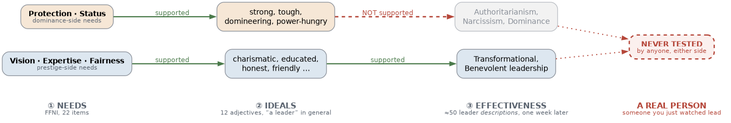
ernestii26/agent-sim keeps this Graphviz diagram as docs/figs/paper_gap.png. Above is the earlier version. Its source is kept beside it as docs/figs/paper_gap.dot. Its diagram source:
```dot
digraph gap {
  rankdir=LR; bgcolor="white"; nodesep=0.45; ranksep=0.95;
  node [shape=box style="rounded,filled" fontname="Helvetica" fontsize=13
        color="#8a9099" penwidth=1.2 margin="0.19,0.13"];
  edge [penwidth=2.0 arrowsize=0.9 fontname="Helvetica" fontsize=12];

  hn [label=<<b>&#9312; NEEDS</b><br/><font point-size="11">FFNI, 22 items</font>> shape=plaintext style="" fontsize=14 fontcolor="#5b6470"];
  hi [label=<<b>&#9313; IDEALS</b><br/><font point-size="11">12 adjectives, &#8220;a leader&#8221; in general</font>> shape=plaintext style="" fontsize=14 fontcolor="#5b6470"];
  he [label=<<b>&#9314; EFFECTIVENESS</b><br/><font point-size="11">&#8776;50 leader <i>descriptions</i>, one week later</font>> shape=plaintext style="" fontsize=14 fontcolor="#5b6470"];
  hx [label=<<b>A REAL PERSON</b><br/><font point-size="11">someone you just watched lead</font>> shape=plaintext style="" fontsize=14 fontcolor="#b5473a"];
  hn -> hi -> he -> hx [style=invis];

  dn [label=<<b>Protection &#183; Status</b><br/><font point-size="11" color="#5b6470">dominance-side needs</font>> fillcolor="#f6e7d6"];
  di [label=<strong, tough,<br/>domineering, power-hungry> fillcolor="#f6e7d6"];
  de [label=<Authoritarianism,<br/>Narcissism, Dominance> fillcolor="#f2f2f2" color="#b8bcc2" fontcolor="#8a9099"];

  pn [label=<<b>Vision &#183; Expertise &#183; Fairness</b><br/><font point-size="11" color="#5b6470">prestige-side needs</font>> fillcolor="#dde7f0"];
  pi [label=<charismatic, educated,<br/>honest, friendly &#8230;> fillcolor="#dde7f0"];
  pe [label=<Transformational,<br/>Benevolent leadership> fillcolor="#dde7f0"];

  gap [label=<<b>NEVER TESTED</b><br/><font point-size="11">by anyone, either side</font>>
       fillcolor="#fbf0ee" color="#b5473a" style="rounded,filled,dashed" penwidth=2.2 fontcolor="#b5473a"];

  pn -> pi [label="  supported  " color="#4a7a4a" fontcolor="#4a7a4a"];
  pi -> pe [label="  supported  " color="#4a7a4a" fontcolor="#4a7a4a"];
  dn -> di [label="  supported  " color="#4a7a4a" fontcolor="#4a7a4a"];
  di -> de [label="  NOT supported  " color="#b5473a" fontcolor="#b5473a" style=dashed penwidth=2.4];
  de -> gap [style=dotted color="#b5473a" penwidth=1.8];
  pe -> gap [style=dotted color="#b5473a" penwidth=1.8];

  {rank=same; hn; dn; pn;}
  {rank=same; hi; di; pi;}
  {rank=same; he; de; pe;}
  {rank=same; hx; gap;}
}
```
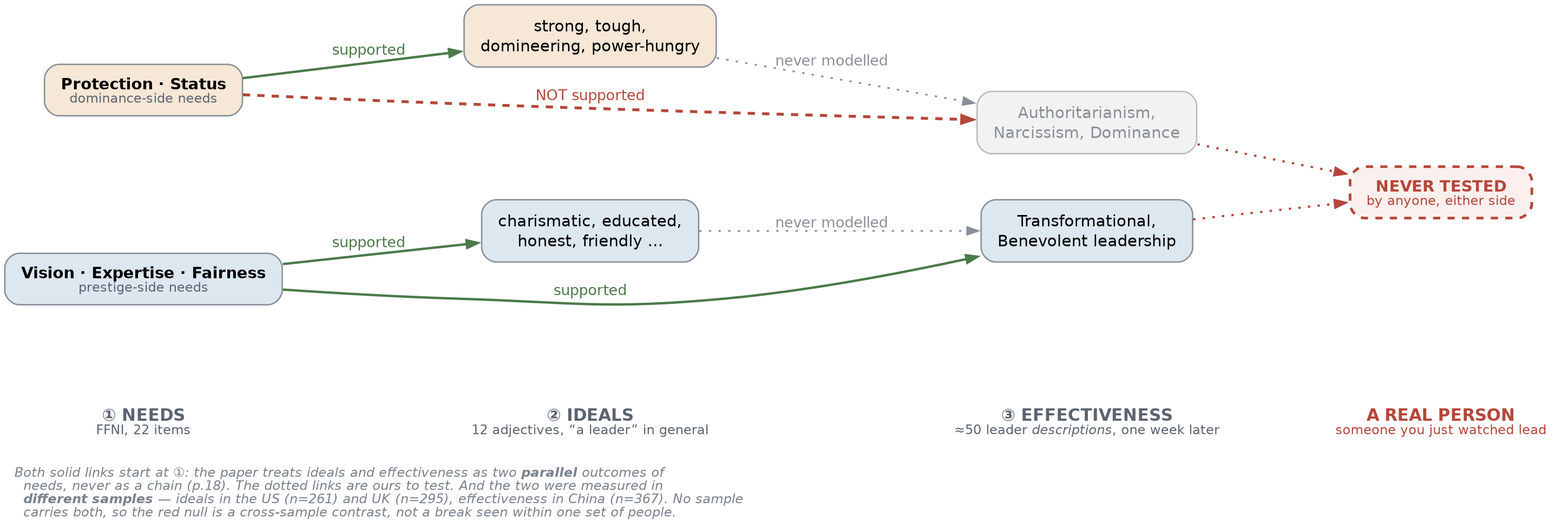
The same file after the commit.

Change to the diagram source:
```diff
@@ -1,5 +1,10 @@
 digraph gap {
   rankdir=LR; bgcolor="white"; nodesep=0.45; ranksep=0.95;
+  labelloc=b; labeljust=l; fontname="Helvetica" fontsize=11 fontcolor="#7a828c";
+  label=<<br/><i>Both solid links start at &#9312;: the paper treats ideals and effectiveness as two <b>parallel</b> outcomes of<br align="left"/>
+  needs, never as a chain (p.18). The dotted links are ours to test. And the two were measured in<br align="left"/>
+  <b>different samples</b> &#8212; ideals in the US (n=261) and UK (n=295), effectiveness in China (n=367). No sample<br align="left"/>
+  carries both, so the red null is a cross-sample contrast, not a break seen within one set of people.</i><br align="left"/>>;
   node [shape=box style="rounded,filled" fontname="Helvetica" fontsize=13
         color="#8a9099" penwidth=1.2 margin="0.19,0.13"];
   edge [penwidth=2.0 arrowsize=0.9 fontname="Helvetica" fontsize=12];
@@ -22,9 +27,11 @@
        fillcolor="#fbf0ee" color="#b5473a" style="rounded,filled,dashed" penwidth=2.2 fontcolor="#b5473a"];
 
   pn -> pi [label="  supported  " color="#4a7a4a" fontcolor="#4a7a4a"];
-  pi -> pe [label="  supported  " color="#4a7a4a" fontcolor="#4a7a4a"];
+  pn -> pe [label="  supported  " color="#4a7a4a" fontcolor="#4a7a4a"];
   dn -> di [label="  supported  " color="#4a7a4a" fontcolor="#4a7a4a"];
-  di -> de [label="  NOT supported  " color="#b5473a" fontcolor="#b5473a" style=dashed penwidth=2.4];
+  dn -> de [label="  NOT supported  " color="#b5473a" fontcolor="#b5473a" style=dashed penwidth=2.4];
+  di -> de [label="  never modelled  " color="#8a9099" fontcolor="#8a9099" style=dotted penwidth=1.4];
+  pi -> pe [label="  never modelled  " color="#8a9099" fontcolor="#8a9099" style=dotted penwidth=1.4];
   de -> gap [style=dotted color="#b5473a" penwidth=1.8];
   pe -> gap [style=dotted color="#b5473a" penwidth=1.8];
 
@@ -32,4 +39,5 @@
   {rank=same; hi; di; pi;}
   {rank=same; he; de; pe;}
   {rank=same; hx; gap;}
+
 }
```
